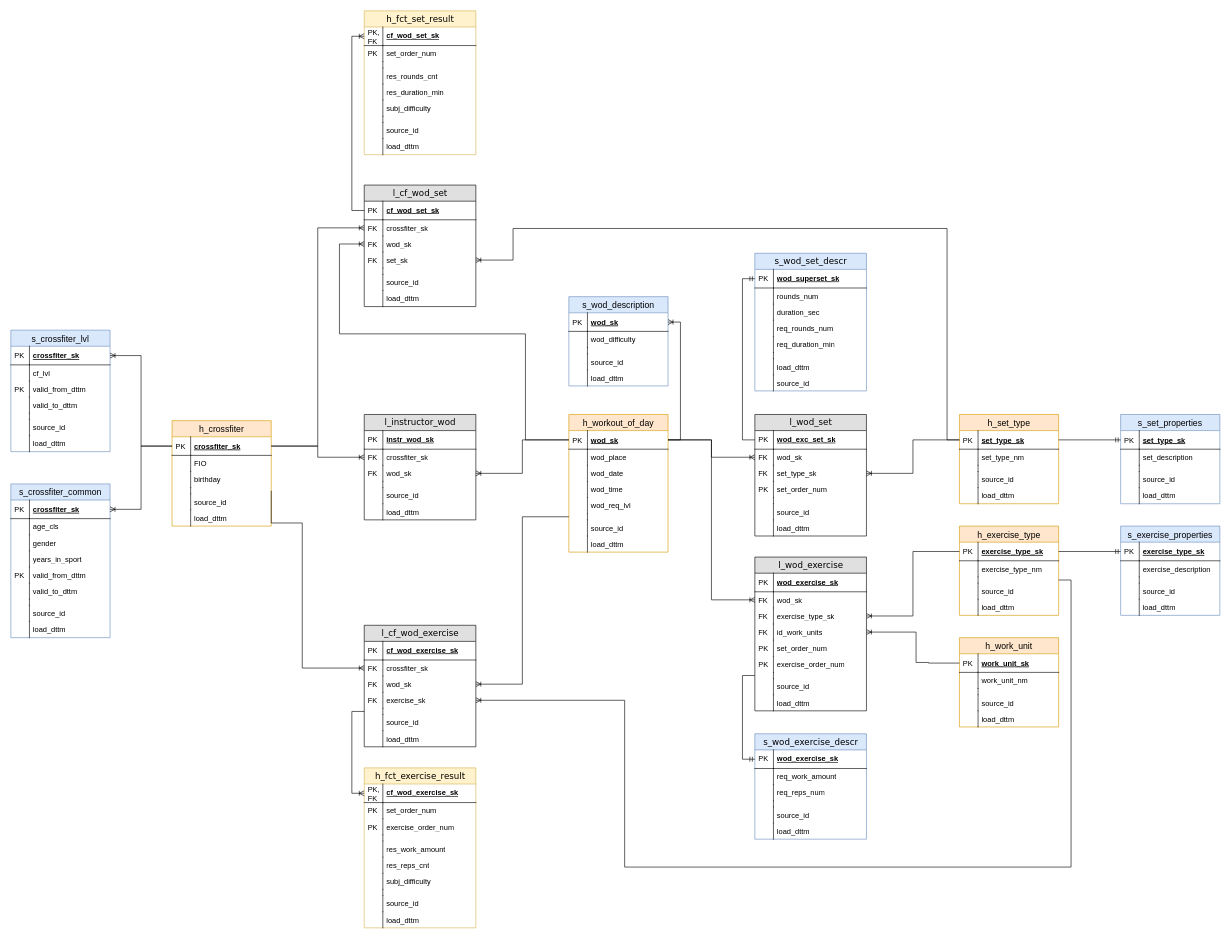
The draw.io diagram page "data_vault" (2 of 4) of db_arch/db_schema.drawio in ouriso/crossfit_activity, before the edit. Source tidied: cells renumbered, new cells numbered last; positions are measured from the earlier drawing's top-left corner, leaving out a move shared by most shapes. Both pictures are drawn from the tidied source at 62%, with x=0, y=0 at pixel (11, 11).
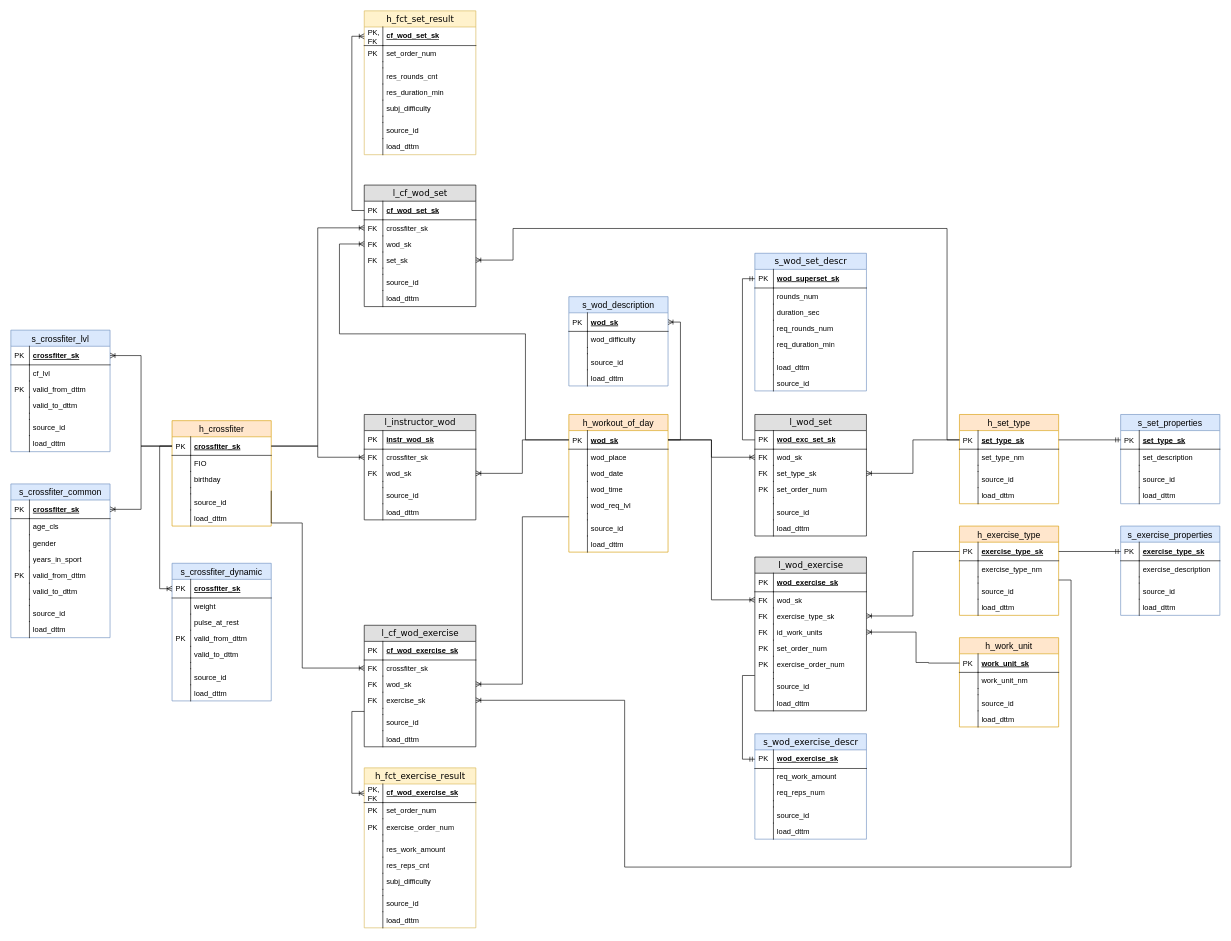
The same diagram, later.

The change refers to these unchanged cells:
```xml
<mxCell id="3" value="crossfiter_sk" style="shape=partialRectangle;top=0;left=0;right=0;bottom=1;align=left;verticalAlign=middle;fillColor=none;spacingLeft=34;spacingRight=4;overflow=hidden;points=[[0,0.5],[1,0.5]];portConstraint=eastwest;fontStyle=5;fontSize=12;" parent="2" vertex="1">
  <mxGeometry y="26" width="160" height="30" as="geometry" />
</mxCell>
```

Diff of the diagram source:
```diff
@@
+    <mxCell id="301" value="s_crossfiter_dynamic" style="swimlane;fontStyle=0;horizontal=1;startSize=26;fillColor=#dae8fc;swimlaneFillColor=#ffffff;align=center;fontSize=14;strokeColor=#6c8ebf;" parent="1" vertex="1">
+      <mxGeometry x="260" y="891" width="160" height="222" as="geometry" />
+    </mxCell>
+    <mxCell id="302" value="crossfiter_sk" style="shape=partialRectangle;top=0;left=0;right=0;bottom=1;align=left;verticalAlign=middle;fillColor=none;spacingLeft=34;spacingRight=4;overflow=hidden;points=[[0,0.5],[1,0.5]];portConstraint=eastwest;fontStyle=5;fontSize=12;" parent="301" vertex="1">
+      <mxGeometry y="26" width="160" height="30" as="geometry" />
+    </mxCell>
+    <mxCell id="303" value="PK" style="shape=partialRectangle;top=0;left=0;bottom=0;fillColor=none;align=left;verticalAlign=middle;spacingLeft=4;spacingRight=4;overflow=hidden;fontSize=12;" parent="302" vertex="1">
+      <mxGeometry width="30" height="30" as="geometry" />
+    </mxCell>
+    <mxCell id="304" value="weight" style="shape=partialRectangle;top=0;left=0;right=0;bottom=0;align=left;verticalAlign=top;fillColor=none;spacingLeft=34;spacingRight=4;overflow=hidden;fontSize=12;" parent="301" vertex="1">
+      <mxGeometry y="56" width="160" height="26" as="geometry" />
+    </mxCell>
+    <mxCell id="305" style="shape=partialRectangle;top=0;left=0;bottom=0;fillColor=none;align=left;verticalAlign=top;spacingLeft=4;spacingRight=4;overflow=hidden;fontSize=12;" parent="304" vertex="1">
+      <mxGeometry width="30" height="26" as="geometry" />
+    </mxCell>
+    <mxCell id="306" value="pulse_at_rest" style="shape=partialRectangle;top=0;left=0;right=0;bottom=0;align=left;verticalAlign=top;fillColor=none;spacingLeft=34;spacingRight=4;overflow=hidden;fontSize=12;" parent="301" vertex="1">
+      <mxGeometry y="82" width="160" height="26" as="geometry" />
+    </mxCell>
+    <mxCell id="307" style="shape=partialRectangle;top=0;left=0;bottom=0;fillColor=none;align=left;verticalAlign=top;spacingLeft=4;spacingRight=4;overflow=hidden;fontSize=12;" parent="306" vertex="1">
+      <mxGeometry width="30" height="26" as="geometry" />
+    </mxCell>
+    <mxCell id="308" value="valid_from_dttm" style="shape=partialRectangle;top=0;left=0;right=0;bottom=0;align=left;verticalAlign=top;fillColor=none;spacingLeft=34;spacingRight=4;overflow=hidden;fontSize=12;" parent="301" vertex="1">
+      <mxGeometry y="108" width="160" height="26" as="geometry" />
+    </mxCell>
+    <mxCell id="309" value="PK" style="shape=partialRectangle;top=0;left=0;bottom=0;fillColor=none;align=left;verticalAlign=top;spacingLeft=4;spacingRight=4;overflow=hidden;fontSize=12;" parent="308" vertex="1">
+      <mxGeometry width="30" height="26" as="geometry" />
+    </mxCell>
+    <mxCell id="310" value="valid_to_dttm" style="shape=partialRectangle;top=0;left=0;right=0;bottom=0;align=left;verticalAlign=top;fillColor=none;spacingLeft=34;spacingRight=4;overflow=hidden;fontSize=12;" parent="301" vertex="1">
+      <mxGeometry y="134" width="160" height="26" as="geometry" />
+    </mxCell>
+    <mxCell id="311" style="shape=partialRectangle;top=0;left=0;bottom=0;fillColor=none;align=left;verticalAlign=top;spacingLeft=4;spacingRight=4;overflow=hidden;fontSize=12;" parent="310" vertex="1">
+      <mxGeometry width="30" height="26" as="geometry" />
+    </mxCell>
+    <mxCell id="312" style="shape=partialRectangle;top=0;left=0;right=0;bottom=0;align=left;verticalAlign=top;fillColor=none;spacingLeft=34;spacingRight=4;overflow=hidden;fontSize=12;" parent="301" vertex="1">
+      <mxGeometry y="160" width="160" height="10" as="geometry" />
+    </mxCell>
+    <mxCell id="313" style="shape=partialRectangle;top=0;left=0;bottom=0;fillColor=none;align=left;verticalAlign=top;spacingLeft=4;spacingRight=4;overflow=hidden;fontSize=12;" parent="312" vertex="1">
+      <mxGeometry width="30" height="10" as="geometry" />
+    </mxCell>
+    <mxCell id="314" value="source_id" style="shape=partialRectangle;top=0;left=0;right=0;bottom=0;align=left;verticalAlign=top;fillColor=none;spacingLeft=34;spacingRight=4;overflow=hidden;fontSize=12;" parent="301" vertex="1">
+      <mxGeometry y="170" width="160" height="26" as="geometry" />
+    </mxCell>
+    <mxCell id="315" style="shape=partialRectangle;top=0;left=0;bottom=0;fillColor=none;align=left;verticalAlign=top;spacingLeft=4;spacingRight=4;overflow=hidden;fontSize=12;" parent="314" vertex="1">
+      <mxGeometry width="30" height="26" as="geometry" />
+    </mxCell>
+    <mxCell id="316" value="load_dttm" style="shape=partialRectangle;top=0;left=0;right=0;bottom=0;align=left;verticalAlign=top;fillColor=none;spacingLeft=34;spacingRight=4;overflow=hidden;fontSize=12;" parent="301" vertex="1">
+      <mxGeometry y="196" width="160" height="26" as="geometry" />
+    </mxCell>
+    <mxCell id="317" style="shape=partialRectangle;top=0;left=0;bottom=0;fillColor=none;align=left;verticalAlign=top;spacingLeft=4;spacingRight=4;overflow=hidden;fontSize=12;" parent="316" vertex="1">
+      <mxGeometry width="30" height="26" as="geometry" />
+    </mxCell>
+    <mxCell id="318" style="edgeStyle=orthogonalEdgeStyle;shape=connector;rounded=0;jettySize=auto;html=1;exitX=0;exitY=0.5;exitDx=0;exitDy=0;entryX=0;entryY=0.5;entryDx=0;entryDy=0;labelBackgroundColor=default;strokeColor=default;fontFamily=Helvetica;fontSize=11;fontColor=default;startArrow=ERoneToMany;startFill=0;endArrow=none;endFill=0;" parent="1" edge="1" source="302" target="3">
+      <mxGeometry relative="1" as="geometry" />
+    </mxCell>
```
